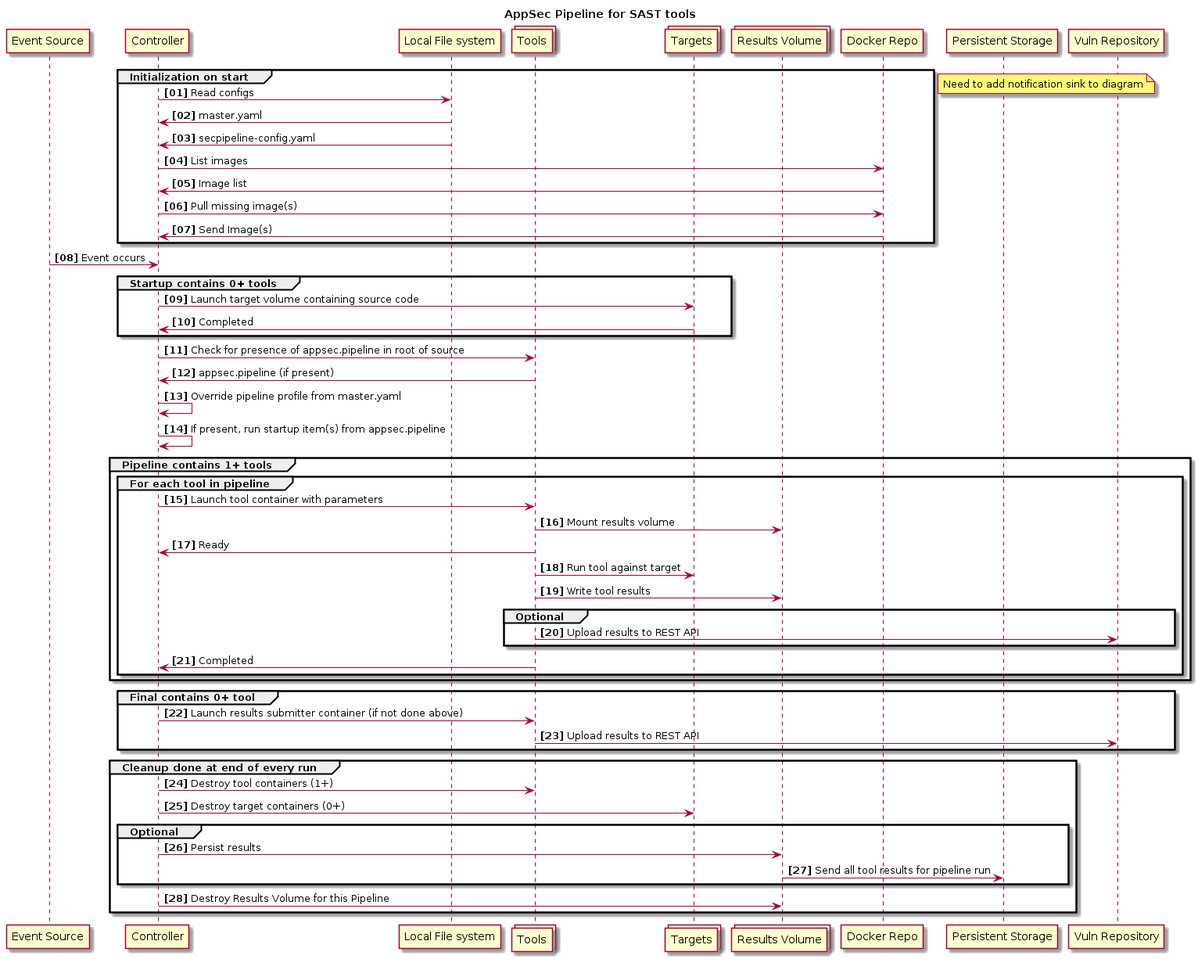
This is reference/diagrams/pipeline-static.png from appsecpipeline/AppSecPipeline-Specification, a PlantUML export, as it was before one commit.
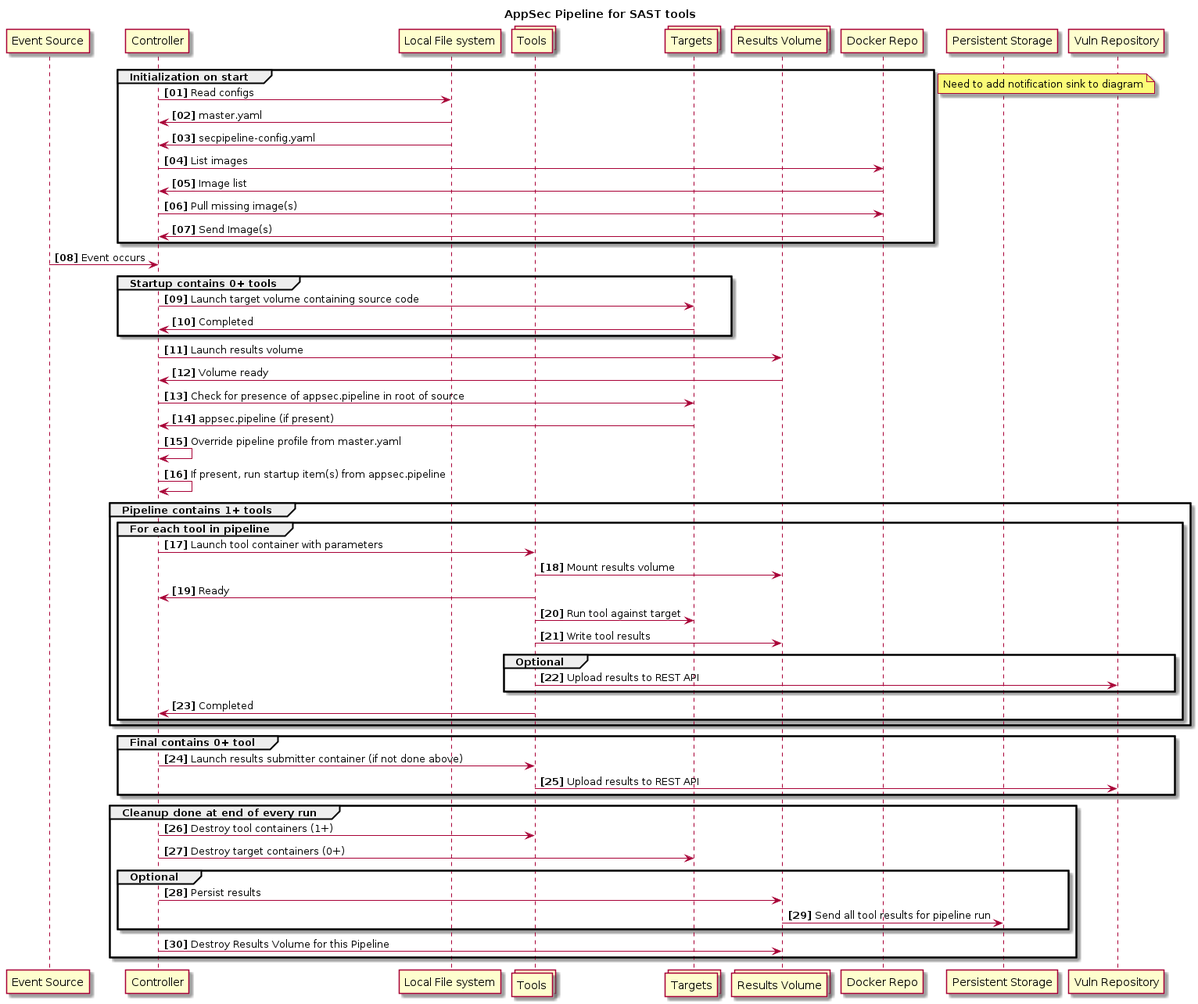
Later version of the same file.

Commit message:
High level spec is complete, there's parts that still need fleshing out.  Updated sequence diagram to match spec and/or correct errors

The edit, as a diff of the source:
```diff
@@ -25,8 +25,10 @@
   C -> A : Launch target volume containing source code
   A -> C : Completed
 end
-C -> T : Check for presence of appsec.pipeline in root of source
-T -> C : appsec.pipeline (if present)
+C -> V : Launch results volume
+V -> C : Volume ready
+C -> A : Check for presence of appsec.pipeline in root of source
+A -> C : appsec.pipeline (if present)
 C -> C : Override pipeline profile from master.yaml
 C -> C : If present, run startup item(s) from appsec.pipeline
 group **Pipeline** contains 1+ tools
```
